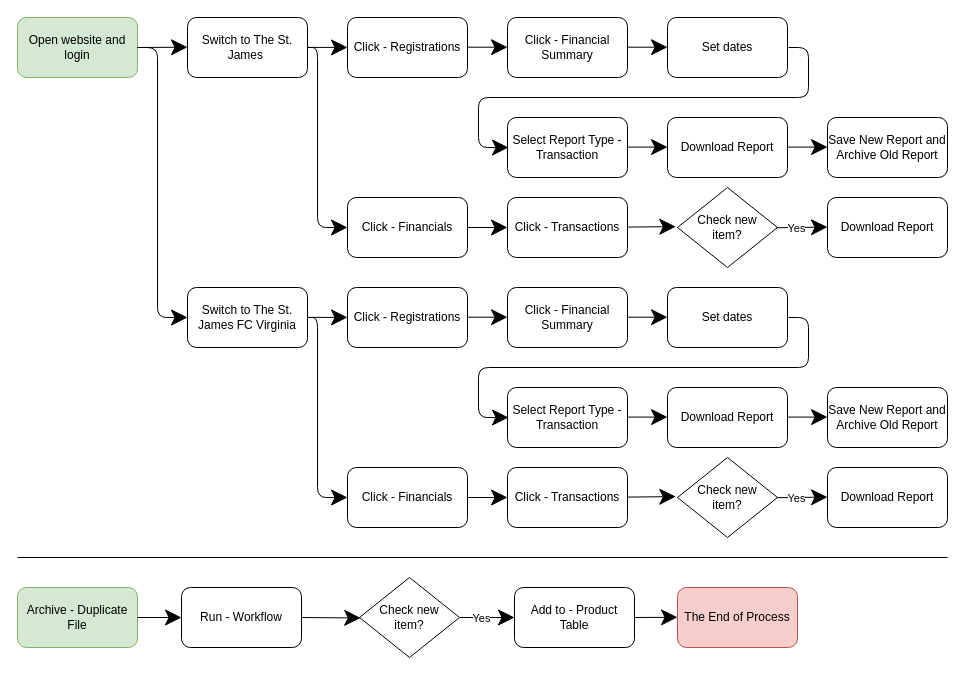
This is The St. James - 2 -2.drawio from zhenispir/mixedstuff, a draw.io file, before an edit. Source tidied: cells renumbered, new cells numbered last; positions are measured from the earlier drawing's top-left corner, leaving out a move shared by most shapes. Both pictures are drawn from the tidied source at 100%, with x=0, y=0 at pixel (17, 17).
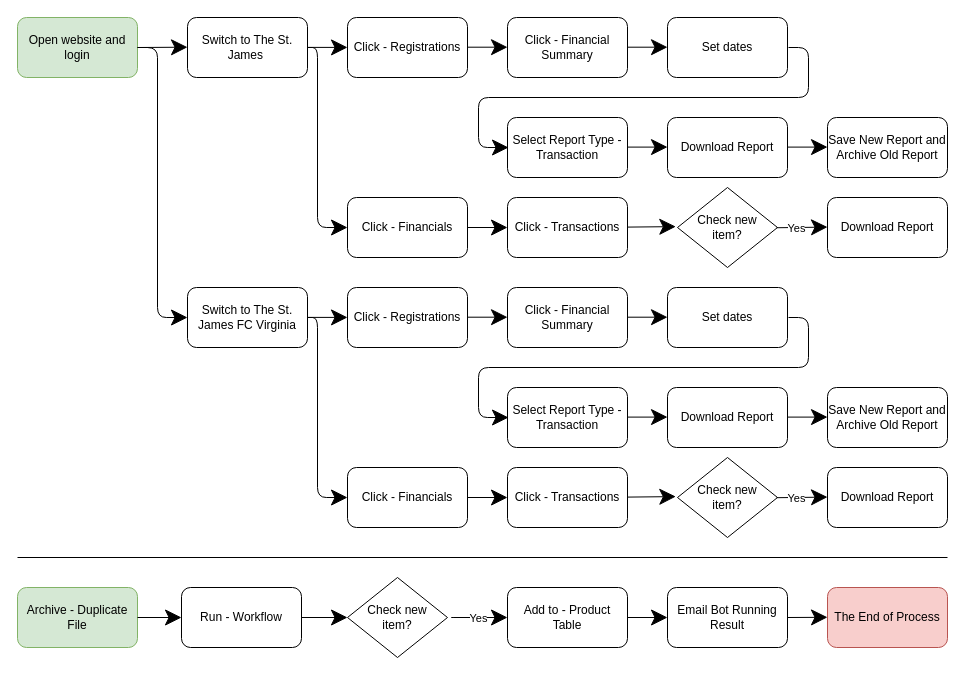
After the change.

Unchanged cells that the change refers to:
```xml
<mxCell id="20" value="Run - Workflow" style="rounded=1;whiteSpace=wrap;html=1;hachureGap=4;" parent="1" vertex="1">
  <mxGeometry x="164" y="570" width="120" height="60" as="geometry" />
</mxCell>
```

Change to the diagram source:
```diff
@@
     <mxCell id="9" value="Add to - Product Table" style="rounded=1;whiteSpace=wrap;html=1;hachureGap=4;" parent="1" vertex="1">
-      <mxGeometry x="497" y="570" width="120" height="60" as="geometry" />
+      <mxGeometry x="490" y="570" width="120" height="60" as="geometry" />
     </mxCell>
@@
-    <mxCell id="15" style="endArrow=classic;html=1;startSize=14;endSize=14;sourcePerimeterSpacing=8;targetPerimeterSpacing=8;exitX=1;exitY=0.5;exitDx=0;exitDy=0;entryX=0.012;entryY=0.506;entryDx=0;entryDy=0;entryPerimeter=0;" parent="1" edge="1" source="20">
+    <mxCell id="15" style="endArrow=classic;html=1;startSize=14;endSize=14;sourcePerimeterSpacing=8;targetPerimeterSpacing=8;exitX=1;exitY=0.5;exitDx=0;exitDy=0;" parent="1" edge="1" source="20">
       <mxGeometry relative="1" as="geometry">
-        <mxPoint x="343.2" y="600.5" as="targetPoint" />
+        <mxPoint x="330" y="600" as="targetPoint" />
       </mxGeometry>
     </mxCell>
-    <mxCell id="16" style="endArrow=classic;html=1;startSize=14;endSize=14;sourcePerimeterSpacing=8;targetPerimeterSpacing=8;exitX=1;exitY=0.5;exitDx=0;exitDy=0;entryX=0;entryY=0.5;entryDx=0;entryDy=0;" parent="1" edge="1" target="9">
+    <mxCell id="16" style="endArrow=classic;html=1;startSize=14;endSize=14;sourcePerimeterSpacing=8;targetPerimeterSpacing=8;exitX=1;exitY=0.5;exitDx=0;exitDy=0;" parent="1" edge="1">
       <mxGeometry relative="1" as="geometry">
         <mxPoint x="442" y="600" as="sourcePoint" />
+        <mxPoint x="490" y="600" as="targetPoint" />
+        <Array as="points">
+          <mxPoint x="430" y="600" />
+        </Array>
       </mxGeometry>
     </mxCell>
     <mxCell id="17" value="Yes" style="edgeLabel;align=center;verticalAlign=middle;labelBorderColor=none;html=1;" parent="16" vertex="1">
       <mxGeometry x="-0.51" y="1" relative="1" as="geometry">
-        <mxPoint x="8" y="1" as="offset" />
+        <mxPoint x="24" y="1" as="offset" />
       </mxGeometry>
     </mxCell>
@@
     <mxCell id="19" value="The End of Process" style="rounded=1;whiteSpace=wrap;html=1;hachureGap=4;fillColor=#f8cecc;strokeColor=#b85450;" parent="1" vertex="1">
-      <mxGeometry x="660" y="570" width="120" height="60" as="geometry" />
+      <mxGeometry x="810" y="570" width="120" height="60" as="geometry" />
     </mxCell>
@@
-    <mxCell id="21" style="endArrow=classic;html=1;startSize=14;endSize=14;sourcePerimeterSpacing=8;targetPerimeterSpacing=8;entryX=-0.017;entryY=0.489;entryDx=0;entryDy=0;entryPerimeter=0;exitX=1;exitY=0.5;exitDx=0;exitDy=0;" parent="1" edge="1" source="9">
+    <mxCell id="21" style="endArrow=classic;html=1;startSize=14;endSize=14;sourcePerimeterSpacing=8;targetPerimeterSpacing=8;exitX=1;exitY=0.5;exitDx=0;exitDy=0;" parent="1" edge="1" source="9">
       <mxGeometry relative="1" as="geometry">
-        <mxPoint x="660" y="599.8" as="targetPoint" />
+        <mxPoint x="650" y="600" as="targetPoint" />
       </mxGeometry>
     </mxCell>
@@
     <mxCell id="33" value="Check new &lt;br&gt;item?" style="rhombus;whiteSpace=wrap;html=1;hachureGap=4;" parent="1" vertex="1">
-      <mxGeometry x="342" y="560" width="100" height="80" as="geometry" />
+      <mxGeometry x="330" y="560" width="100" height="80" as="geometry" />
     </mxCell>
@@
+    <mxCell id="60" value="Email Bot Running Result" style="rounded=1;whiteSpace=wrap;html=1;hachureGap=4;" parent="1" vertex="1">
+      <mxGeometry x="650" y="570" width="120" height="60" as="geometry" />
+    </mxCell>
+    <mxCell id="61" style="endArrow=classic;html=1;startSize=14;endSize=14;sourcePerimeterSpacing=8;targetPerimeterSpacing=8;entryX=-0.017;entryY=0.489;entryDx=0;entryDy=0;entryPerimeter=0;" parent="1" edge="1">
+      <mxGeometry relative="1" as="geometry">
+        <mxPoint x="770" y="600" as="sourcePoint" />
+        <mxPoint x="810" y="599.8" as="targetPoint" />
+      </mxGeometry>
+    </mxCell>
```
